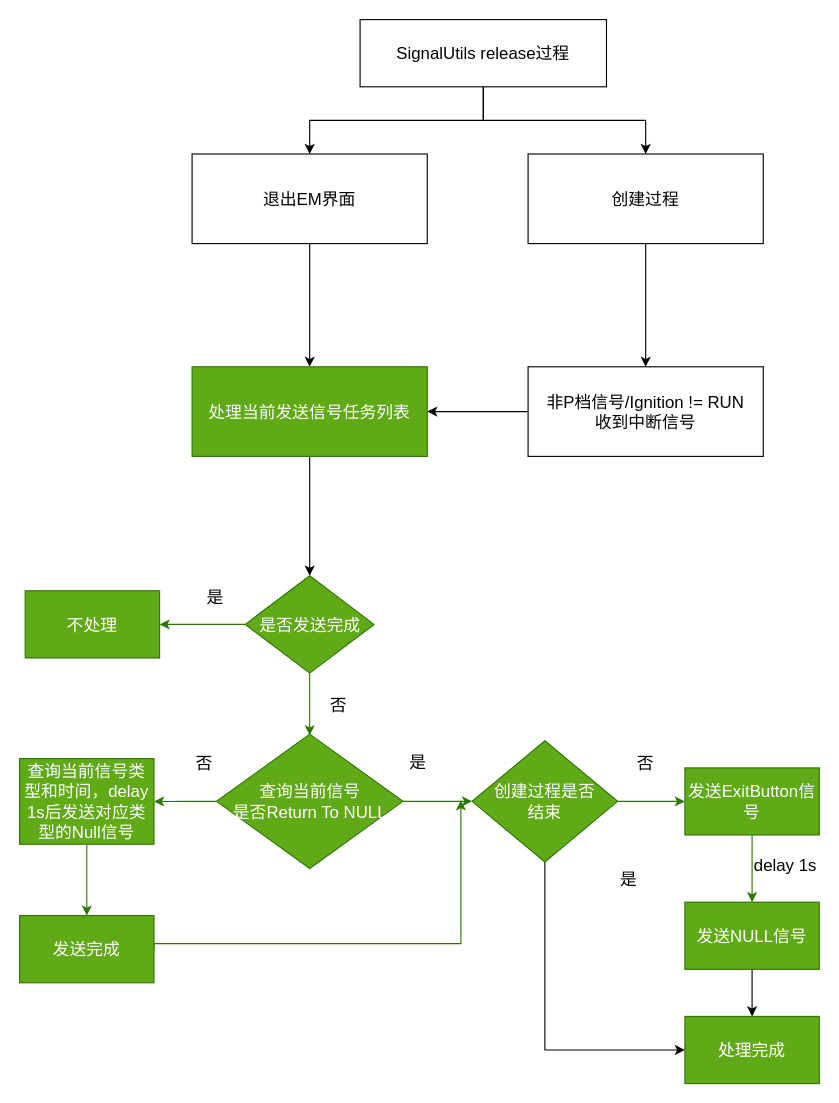
This is page "em信号处理" (7 of 15) of 未命名绘图.drawio from songlongGithub/CustomDemo, a draw.io file, before an edit. Source tidied: cells renumbered, new cells numbered last; positions are measured from the earlier drawing's top-left corner, leaving out a move shared by most shapes. Both pictures are drawn from the tidied source at 112%, with x=0, y=0 at pixel (19, 19).
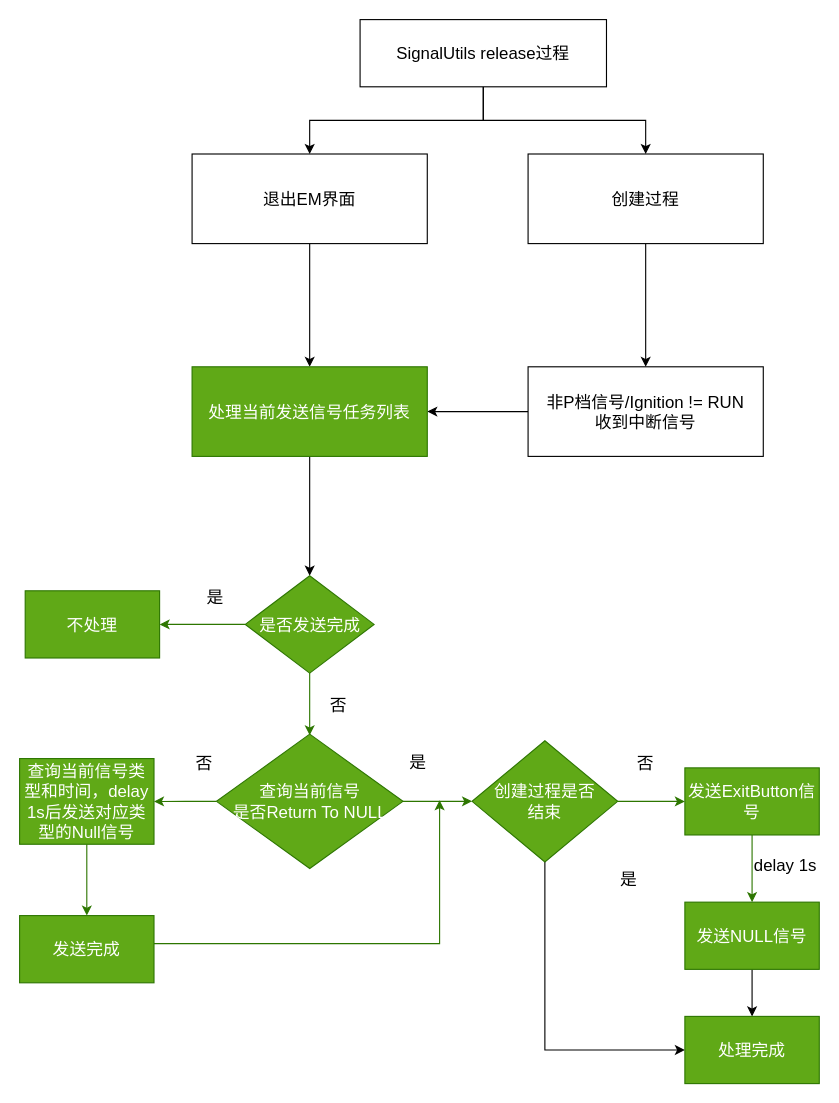
The same page after the edit.

Unchanged cells that the change refers to:
```xml
<mxCell id="35" value="发送完成" style="whiteSpace=wrap;html=1;fontSize=15;fontColor=#ffffff;fillColor=#60a917;strokeColor=#2D7600;" parent="1" vertex="1">
  <mxGeometry y="800" width="120" height="60" as="geometry" />
</mxCell>
```

The edit, as a diff of the source:
```diff
@@
-    <mxCell id="34" style="edgeStyle=orthogonalEdgeStyle;rounded=0;jettySize=auto;html=1;exitX=1;exitY=0.5;exitDx=0;exitDy=0;strokeColor=#2D7600;fontSize=15;fontColor=#000000;entryX=0;entryY=0.5;entryDx=0;entryDy=0;fillColor=#60a917;" parent="1" edge="1" source="35">
+    <mxCell id="34" style="edgeStyle=orthogonalEdgeStyle;rounded=0;orthogonalLoop=1;jettySize=auto;html=1;exitX=1;exitY=0.5;exitDx=0;exitDy=0;strokeColor=#2D7600;fontSize=15;fontColor=#000000;entryX=0;entryY=0.5;entryDx=0;entryDy=0;fillColor=#60a917;" parent="1" edge="1">
       <mxGeometry relative="1" as="geometry">
-        <mxPoint x="394" y="697" as="targetPoint" />
+        <mxPoint x="101" y="830" as="sourcePoint" />
+        <mxPoint x="375" y="697" as="targetPoint" />
         <Array as="points">
-          <mxPoint x="120" y="825" />
-          <mxPoint x="394" y="825" />
+          <mxPoint x="101" y="825" />
+          <mxPoint x="375" y="825" />
         </Array>
       </mxGeometry>
     </mxCell>
```
